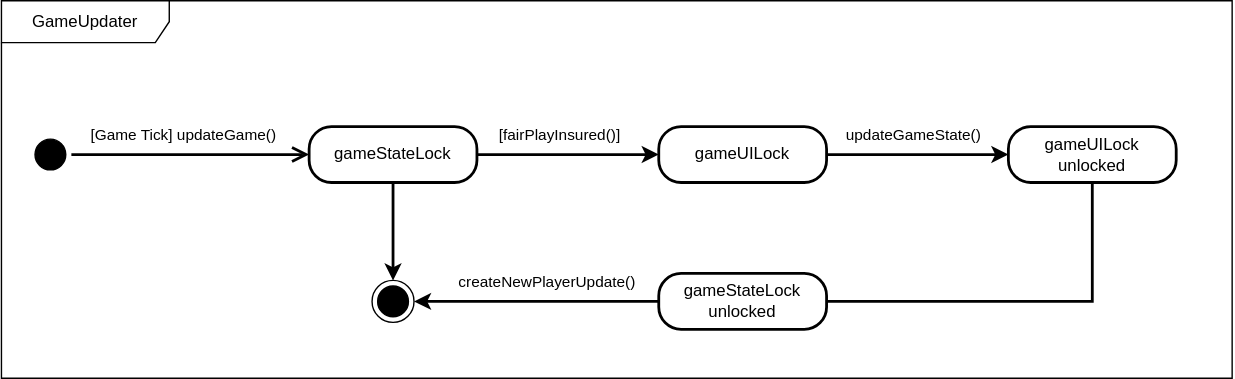
Earlier version of the draw.io export docs/application/diagrams/UC04UpdateGameStateMachineDiagram.drawio.svg (HaniAlshikh/tron). Source tidied: cells renumbered, new cells last; positions are measured from the earlier drawing's top-left corner, leaving out a move shared by most shapes.
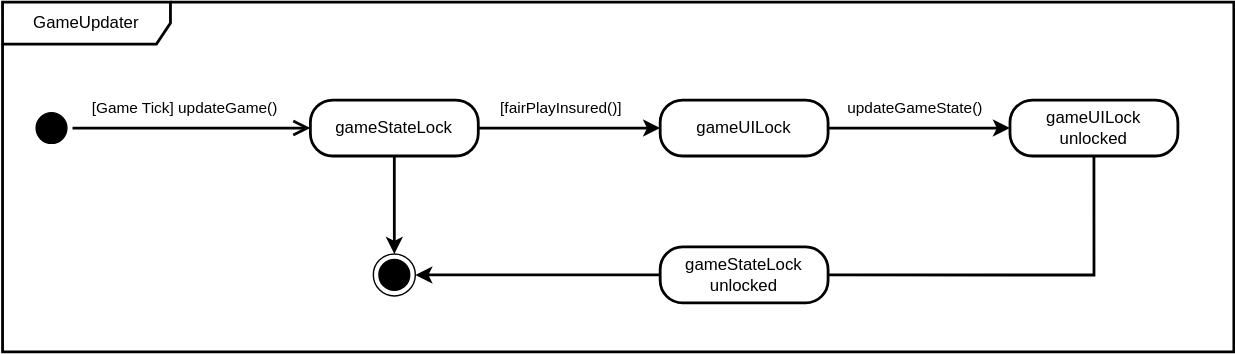
After the change.

The edit, as a diff of the source:
```diff
@@ -2,8 +2,8 @@
   <root>
     <mxCell id="0" />
     <mxCell id="1" parent="0" />
-    <mxCell id="2" value="GameUpdater" style="shape=umlFrame;whiteSpace=wrap;html=1;width=120;height=30;" parent="1" vertex="1">
-      <mxGeometry width="880" height="270" as="geometry" />
+    <mxCell id="2" value="GameUpdater" style="shape=umlFrame;whiteSpace=wrap;html=1;width=120;height=30;strokeWidth=2;" parent="1" vertex="1">
+      <mxGeometry y="20" width="880" height="250" as="geometry" />
     </mxCell>
     <mxCell id="3" style="ellipse;html=1;shape=startState;fillColor=#000000;direction=east;" parent="1" vertex="1">
       <mxGeometry x="20" y="95" width="30" height="30" as="geometry" />
@@ -47,11 +47,6 @@
     <mxCell id="14" style="edgeStyle=orthogonalEdgeStyle;html=1;entryX=1;entryY=0.5;entryDx=0;entryDy=0;strokeColor=#000000;strokeWidth=2;verticalAlign=middle;rounded=0;exitX=0;exitY=0.5;exitDx=0;exitDy=0;startArrow=none;" parent="1" edge="1" source="17" target="10">
       <mxGeometry relative="1" as="geometry" />
     </mxCell>
-    <mxCell id="15" value="createNewPlayerUpdate()" style="edgeLabel;html=1;align=center;verticalAlign=middle;" parent="14" vertex="1">
-      <mxGeometry x="0.07" y="2" relative="1" as="geometry">
-        <mxPoint x="14" y="-17" as="offset" />
-      </mxGeometry>
-    </mxCell>
     <mxCell id="16" value="gameUILock&lt;br&gt;unlocked" style="rounded=1;whiteSpace=wrap;html=1;arcSize=40;fontColor=#000000;fillColor=none;strokeWidth=2;" parent="1" vertex="1">
       <mxGeometry x="720" y="90" width="120" height="40" as="geometry" />
     </mxCell>
```
